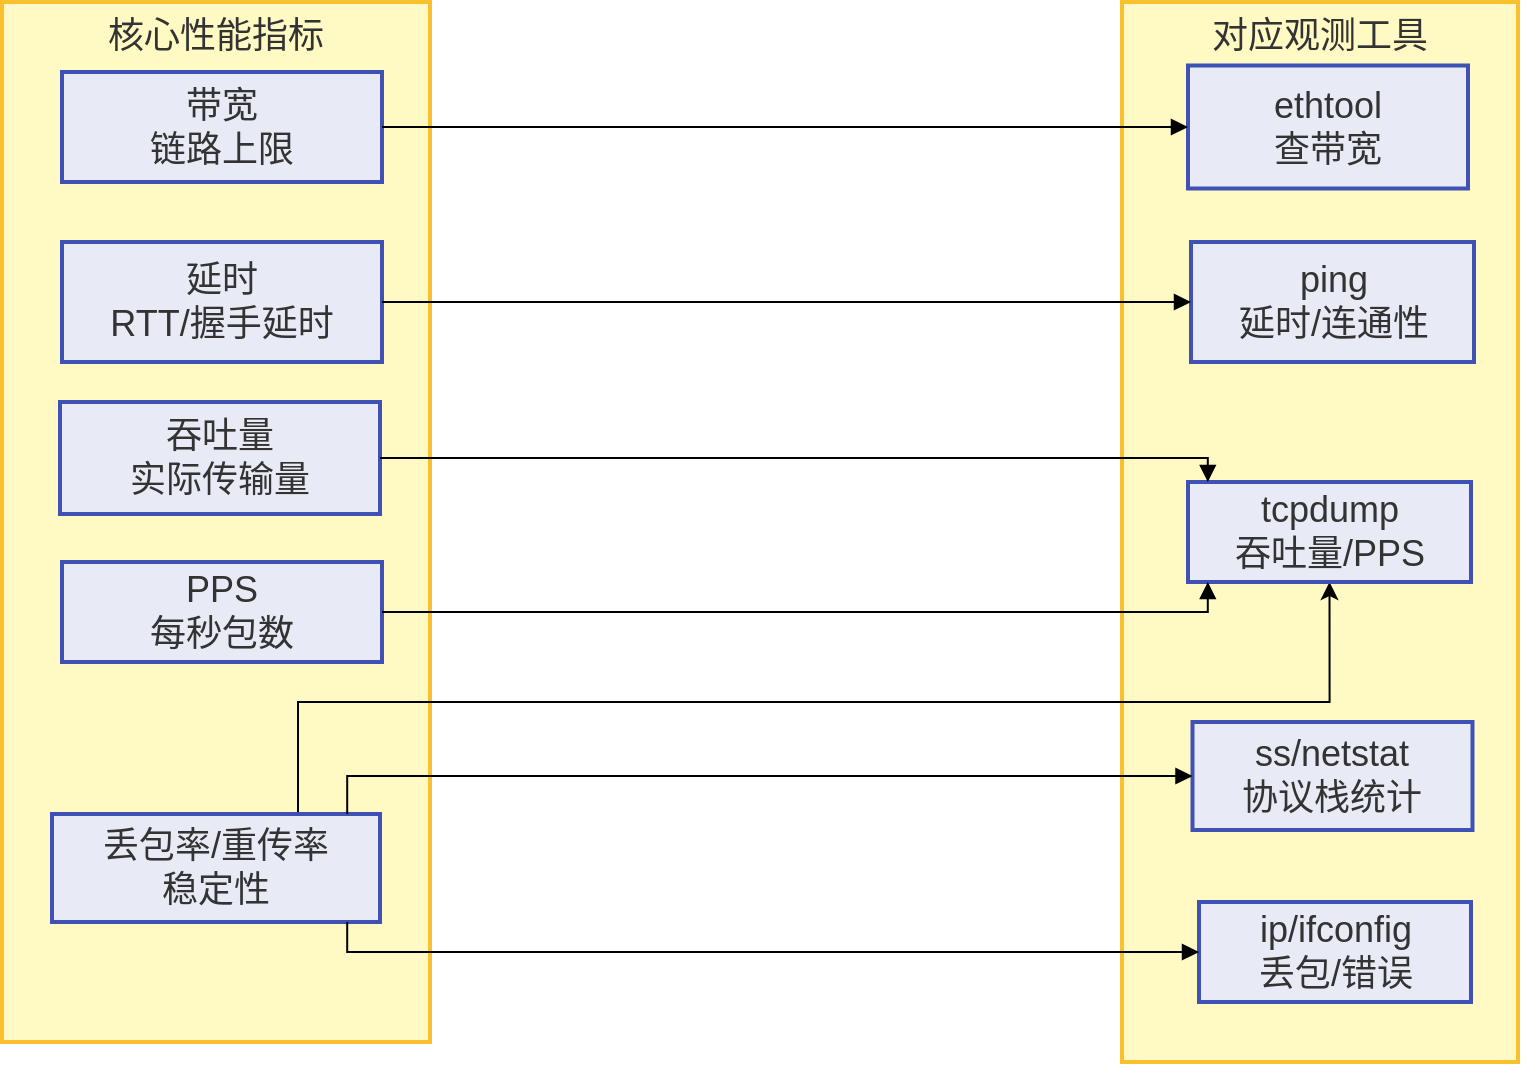
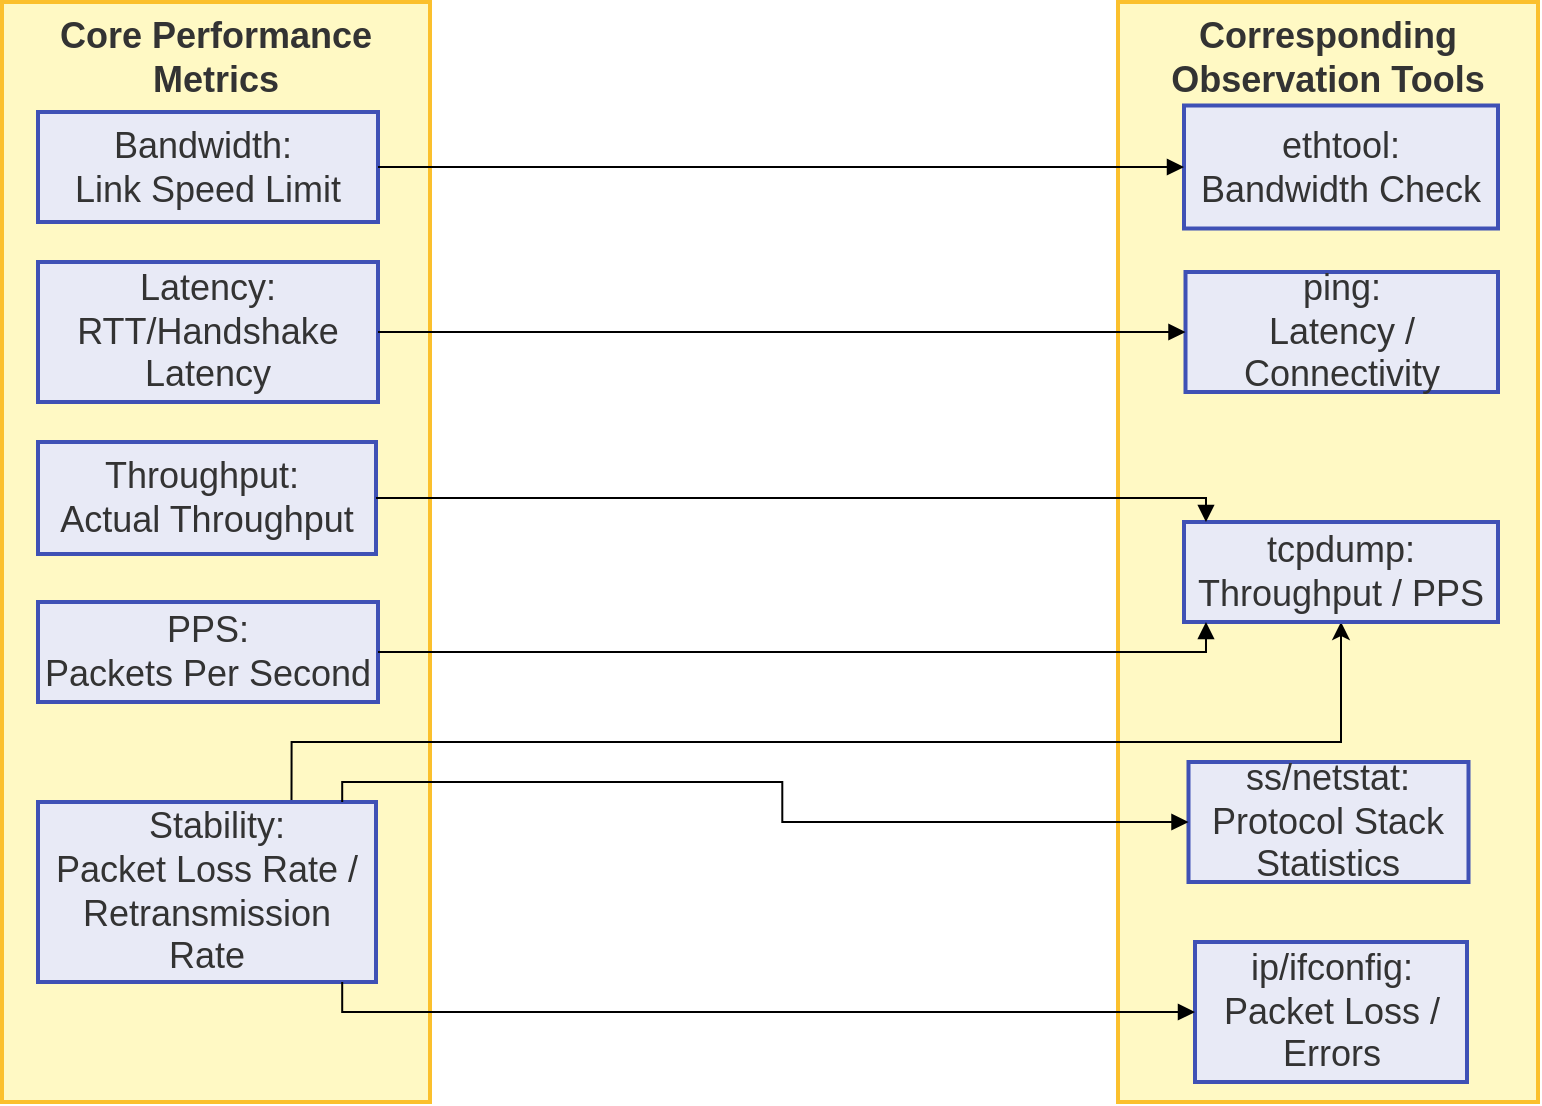
<mxfile host="app.diagrams.net">
  <diagram name="第 1 页" id="kDZHEY98CPxBmsnX0RyO">
-     <mxGraphModel dx="774" dy="463" grid="1" gridSize="10" guides="1" tooltips="1" connect="1" arrows="1" fold="1" page="1" pageScale="1" pageWidth="827" pageHeight="1169" math="0" shadow="0">
+     <mxGraphModel dx="911" dy="545" grid="1" gridSize="10" guides="1" tooltips="1" connect="1" arrows="1" fold="1" page="1" pageScale="1" pageWidth="827" pageHeight="1169" math="0" shadow="0">
      <root>
        <mxCell id="0" />
        <mxCell id="1" parent="0" />
-         <mxCell id="sMHeHhgb71GjtcSyKFAt-1" parent="1" style="whiteSpace=wrap;strokeWidth=2;fillColor=#FFF9C4;strokeColor=#FBC02D;fontColor=light-dark(#333333,#cccccc);verticalAlign=top;fontSize=18;" value="对应观测工具" vertex="1">
-           <mxGeometry height="530" width="198" x="580" y="130" as="geometry" />
+         <mxCell id="sMHeHhgb71GjtcSyKFAt-1" parent="1" style="whiteSpace=wrap;strokeWidth=2;fillColor=#FFF9C4;strokeColor=#FBC02D;fontColor=light-dark(#333333,#cccccc);verticalAlign=top;fontSize=18;fontStyle=1" value="Corresponding Observation Tools" vertex="1">
+           <mxGeometry height="550" width="210" x="580" y="110" as="geometry" />
        </mxCell>
-         <mxCell id="sMHeHhgb71GjtcSyKFAt-2" parent="1" style="whiteSpace=wrap;strokeWidth=2;fillColor=#FFF9C4;strokeColor=#FBC02D;fontColor=light-dark(#333333,#cccccc);verticalAlign=top;fontSize=18;" value="核心性能指标" vertex="1">
-           <mxGeometry height="520" width="214" x="20" y="130" as="geometry" />
+         <mxCell id="sMHeHhgb71GjtcSyKFAt-2" parent="1" style="whiteSpace=wrap;strokeWidth=2;fillColor=#FFF9C4;strokeColor=#FBC02D;fontColor=light-dark(#333333,#cccccc);verticalAlign=top;fontSize=18;fontStyle=1" value="Core Performance Metrics" vertex="1">
+           <mxGeometry height="550" width="214" x="22" y="110" as="geometry" />
        </mxCell>
-         <mxCell id="sMHeHhgb71GjtcSyKFAt-3" parent="1" style="whiteSpace=wrap;strokeWidth=2;fillColor=#E8EAF6;strokeColor=#3F51B5;fontColor=light-dark(#333333,#cccccc);fontSize=18;" value="带宽&#xa;链路上限" vertex="1">
-           <mxGeometry height="55" width="160" x="50" y="165" as="geometry" />
+         <mxCell id="sMHeHhgb71GjtcSyKFAt-3" parent="1" style="whiteSpace=wrap;strokeWidth=2;fillColor=#E8EAF6;strokeColor=#3F51B5;fontColor=light-dark(#333333,#cccccc);fontSize=18;" value="Bandwidth: &#xa;Link Speed Limit" vertex="1">
+           <mxGeometry height="55" width="170" x="40" y="165" as="geometry" />
        </mxCell>
-         <mxCell id="sMHeHhgb71GjtcSyKFAt-4" parent="1" style="whiteSpace=wrap;strokeWidth=2;fillColor=#E8EAF6;strokeColor=#3F51B5;fontColor=light-dark(#333333,#cccccc);fontSize=18;" value="吞吐量&#xa;实际传输量" vertex="1">
-           <mxGeometry height="56" width="160" x="49" y="330" as="geometry" />
+         <mxCell id="sMHeHhgb71GjtcSyKFAt-4" parent="1" style="whiteSpace=wrap;strokeWidth=2;fillColor=#E8EAF6;strokeColor=#3F51B5;fontColor=light-dark(#333333,#cccccc);fontSize=18;" value="Throughput: &#xa;Actual Throughput" vertex="1">
+           <mxGeometry height="56" width="169" x="40" y="330" as="geometry" />
        </mxCell>
-         <mxCell id="sMHeHhgb71GjtcSyKFAt-5" parent="1" style="whiteSpace=wrap;strokeWidth=2;fillColor=#E8EAF6;strokeColor=#3F51B5;fontColor=light-dark(#333333,#cccccc);fontSize=18;" value="PPS&#xa;每秒包数" vertex="1">
-           <mxGeometry height="50" width="160" x="50" y="410" as="geometry" />
+         <mxCell id="sMHeHhgb71GjtcSyKFAt-5" parent="1" style="whiteSpace=wrap;strokeWidth=2;fillColor=#E8EAF6;strokeColor=#3F51B5;fontColor=light-dark(#333333,#cccccc);fontSize=18;" value="PPS:&#xa;Packets Per Second" vertex="1">
+           <mxGeometry height="50" width="170" x="40" y="410" as="geometry" />
        </mxCell>
-         <mxCell id="sMHeHhgb71GjtcSyKFAt-6" parent="1" style="whiteSpace=wrap;strokeWidth=2;fillColor=#E8EAF6;strokeColor=#3F51B5;fontColor=light-dark(#333333,#cccccc);fontSize=18;" value="延时&#xa;RTT/握手延时" vertex="1">
-           <mxGeometry height="60" width="160" x="50" y="250" as="geometry" />
+         <mxCell id="sMHeHhgb71GjtcSyKFAt-6" parent="1" style="whiteSpace=wrap;strokeWidth=2;fillColor=#E8EAF6;strokeColor=#3F51B5;fontColor=light-dark(#333333,#cccccc);fontSize=18;" value="Latency: RTT/Handshake Latency" vertex="1">
+           <mxGeometry height="70" width="170" x="40" y="240" as="geometry" />
        </mxCell>
        <mxCell id="sMHeHhgb71GjtcSyKFAt-23" edge="1" parent="1" source="sMHeHhgb71GjtcSyKFAt-7" style="edgeStyle=orthogonalEdgeStyle;rounded=0;orthogonalLoop=1;jettySize=auto;html=1;exitX=0.75;exitY=0;exitDx=0;exitDy=0;entryX=0.5;entryY=1;entryDx=0;entryDy=0;fontSize=18;" target="sMHeHhgb71GjtcSyKFAt-9">
          <mxGeometry relative="1" as="geometry">
            <Array as="points">
              <mxPoint x="168" y="480" />
              <mxPoint x="684" y="480" />
            </Array>
          </mxGeometry>
        </mxCell>
-         <mxCell id="sMHeHhgb71GjtcSyKFAt-7" parent="1" style="whiteSpace=wrap;strokeWidth=2;fillColor=#E8EAF6;strokeColor=#3F51B5;fontColor=light-dark(#333333,#cccccc);fontSize=18;" value="丢包率/重传率&#xa;稳定性" vertex="1">
-           <mxGeometry height="54" width="164" x="45" y="536" as="geometry" />
+         <mxCell id="sMHeHhgb71GjtcSyKFAt-7" parent="1" style="whiteSpace=wrap;strokeWidth=2;fillColor=#E8EAF6;strokeColor=#3F51B5;fontColor=light-dark(#333333,#cccccc);fontSize=18;" value="  Stability:&#xa;Packet Loss Rate / Retransmission Rate" vertex="1">
+           <mxGeometry height="90" width="169" x="40" y="510" as="geometry" />
        </mxCell>
-         <mxCell id="sMHeHhgb71GjtcSyKFAt-8" parent="1" style="whiteSpace=wrap;strokeWidth=2;fillColor=#E8EAF6;strokeColor=#3F51B5;fontColor=light-dark(#333333,#cccccc);fontSize=18;" value="ethtool&#xa;查带宽" vertex="1">
-           <mxGeometry height="61.5" width="140" x="613" y="161.75" as="geometry" />
+         <mxCell id="sMHeHhgb71GjtcSyKFAt-8" parent="1" style="whiteSpace=wrap;strokeWidth=2;fillColor=#E8EAF6;strokeColor=#3F51B5;fontColor=light-dark(#333333,#cccccc);fontSize=18;" value="ethtool:&#xa;Bandwidth Check" vertex="1">
+           <mxGeometry height="61.5" width="157" x="613" y="161.75" as="geometry" />
        </mxCell>
-         <mxCell id="sMHeHhgb71GjtcSyKFAt-9" parent="1" style="whiteSpace=wrap;strokeWidth=2;fillColor=#E8EAF6;strokeColor=#3F51B5;fontColor=light-dark(#333333,#cccccc);fontSize=18;" value="tcpdump&#xa;吞吐量/PPS" vertex="1">
-           <mxGeometry height="50" width="141.5" x="613" y="370" as="geometry" />
+         <mxCell id="sMHeHhgb71GjtcSyKFAt-9" parent="1" style="whiteSpace=wrap;strokeWidth=2;fillColor=#E8EAF6;strokeColor=#3F51B5;fontColor=light-dark(#333333,#cccccc);fontSize=18;" value="tcpdump:&#xa;Throughput / PPS" vertex="1">
+           <mxGeometry height="50" width="157" x="613" y="370" as="geometry" />
        </mxCell>
-         <mxCell id="sMHeHhgb71GjtcSyKFAt-10" parent="1" style="whiteSpace=wrap;strokeWidth=2;fillColor=#E8EAF6;strokeColor=#3F51B5;fontColor=light-dark(#333333,#cccccc);fontSize=18;" value="ping&#xa;延时/连通性" vertex="1">
-           <mxGeometry height="60" width="141.5" x="614.5" y="250" as="geometry" />
+         <mxCell id="sMHeHhgb71GjtcSyKFAt-10" parent="1" style="whiteSpace=wrap;strokeWidth=2;fillColor=#E8EAF6;strokeColor=#3F51B5;fontColor=light-dark(#333333,#cccccc);fontSize=18;" value="ping:&#xa;Latency / Connectivity" vertex="1">
+           <mxGeometry height="60" width="156.25" x="613.75" y="245" as="geometry" />
        </mxCell>
-         <mxCell id="sMHeHhgb71GjtcSyKFAt-11" parent="1" style="whiteSpace=wrap;strokeWidth=2;fillColor=#E8EAF6;strokeColor=#3F51B5;fontColor=light-dark(#333333,#cccccc);fontSize=18;" value="ss/netstat&#xa;协议栈统计" vertex="1">
-           <mxGeometry height="54" width="140" x="615.25" y="490" as="geometry" />
+         <mxCell id="sMHeHhgb71GjtcSyKFAt-11" parent="1" style="whiteSpace=wrap;strokeWidth=2;fillColor=#E8EAF6;strokeColor=#3F51B5;fontColor=light-dark(#333333,#cccccc);fontSize=18;" value="ss/netstat:&#xa;Protocol Stack Statistics" vertex="1">
+           <mxGeometry height="60" width="140" x="615.25" y="490" as="geometry" />
        </mxCell>
-         <mxCell id="sMHeHhgb71GjtcSyKFAt-12" parent="1" style="whiteSpace=wrap;strokeWidth=2;fillColor=#E8EAF6;strokeColor=#3F51B5;fontColor=light-dark(#333333,#cccccc);fontSize=18;" value="ip/ifconfig&#xa;丢包/错误" vertex="1">
-           <mxGeometry height="50" width="136" x="618.5" y="580" as="geometry" />
+         <mxCell id="sMHeHhgb71GjtcSyKFAt-12" parent="1" style="whiteSpace=wrap;strokeWidth=2;fillColor=#E8EAF6;strokeColor=#3F51B5;fontColor=light-dark(#333333,#cccccc);fontSize=18;" value="ip/ifconfig:&#xa;Packet Loss / Errors" vertex="1">
+           <mxGeometry height="70" width="136" x="618.5" y="580" as="geometry" />
        </mxCell>
        <mxCell id="sMHeHhgb71GjtcSyKFAt-13" edge="1" parent="1" source="sMHeHhgb71GjtcSyKFAt-3" style="curved=1;startArrow=none;endArrow=block;exitX=1;exitY=0.5;entryX=0;entryY=0.5;rounded=0;fontSize=18;" target="sMHeHhgb71GjtcSyKFAt-8" value="">
          <mxGeometry relative="1" as="geometry">
            <Array as="points" />
          </mxGeometry>
        </mxCell>
        <mxCell id="sMHeHhgb71GjtcSyKFAt-14" edge="1" parent="1" source="sMHeHhgb71GjtcSyKFAt-4" style="startArrow=none;endArrow=block;exitX=1;exitY=0.5;entryX=0.07;entryY=0;rounded=0;edgeStyle=orthogonalEdgeStyle;fontSize=18;" target="sMHeHhgb71GjtcSyKFAt-9" value="">
          <mxGeometry relative="1" as="geometry" />
        </mxCell>
        <mxCell id="sMHeHhgb71GjtcSyKFAt-15" edge="1" parent="1" source="sMHeHhgb71GjtcSyKFAt-5" style="startArrow=none;endArrow=block;exitX=1;exitY=0.5;entryX=0.07;entryY=1;rounded=0;edgeStyle=orthogonalEdgeStyle;fontSize=18;" target="sMHeHhgb71GjtcSyKFAt-9" value="">
          <mxGeometry relative="1" as="geometry" />
        </mxCell>
        <mxCell id="sMHeHhgb71GjtcSyKFAt-16" edge="1" parent="1" source="sMHeHhgb71GjtcSyKFAt-6" style="curved=1;startArrow=none;endArrow=block;exitX=1;exitY=0.5;entryX=0;entryY=0.5;rounded=0;fontSize=18;" target="sMHeHhgb71GjtcSyKFAt-10" value="">
          <mxGeometry relative="1" as="geometry">
            <Array as="points" />
          </mxGeometry>
        </mxCell>
        <mxCell id="sMHeHhgb71GjtcSyKFAt-17" edge="1" parent="1" source="sMHeHhgb71GjtcSyKFAt-7" style="startArrow=none;endArrow=block;exitX=0.9;exitY=0;entryX=0;entryY=0.5;rounded=0;edgeStyle=orthogonalEdgeStyle;fontSize=18;" target="sMHeHhgb71GjtcSyKFAt-11" value="">
          <mxGeometry relative="1" as="geometry" />
        </mxCell>
        <mxCell id="sMHeHhgb71GjtcSyKFAt-18" edge="1" parent="1" source="sMHeHhgb71GjtcSyKFAt-7" style="startArrow=none;endArrow=block;exitX=0.9;exitY=1;entryX=0;entryY=0.5;rounded=0;edgeStyle=orthogonalEdgeStyle;fontSize=18;" target="sMHeHhgb71GjtcSyKFAt-12" value="">
          <mxGeometry relative="1" as="geometry" />
        </mxCell>
      </root>
    </mxGraphModel>
  </diagram>
</mxfile>
